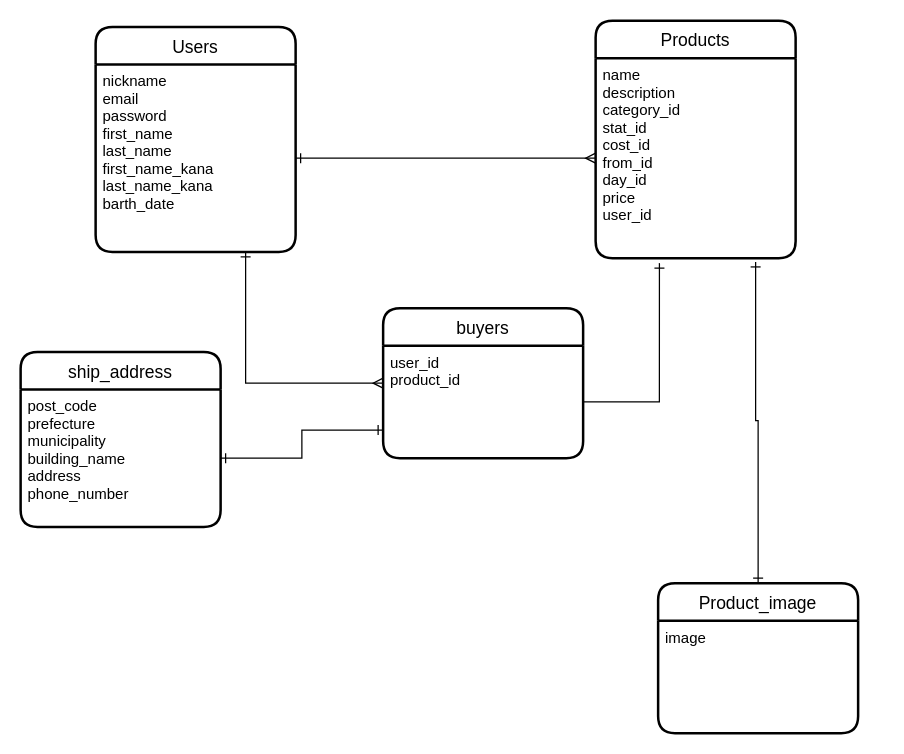
Above: furima.dio in t-willi-28/furima-35545 (draw.io), before the change. Source tidied: cells renumbered, new cells numbered last; positions are measured from the earlier drawing's top-left corner, leaving out a move shared by most shapes. Both pictures are drawn from the tidied source at 125%, with x=0, y=0 at pixel (20, 20).
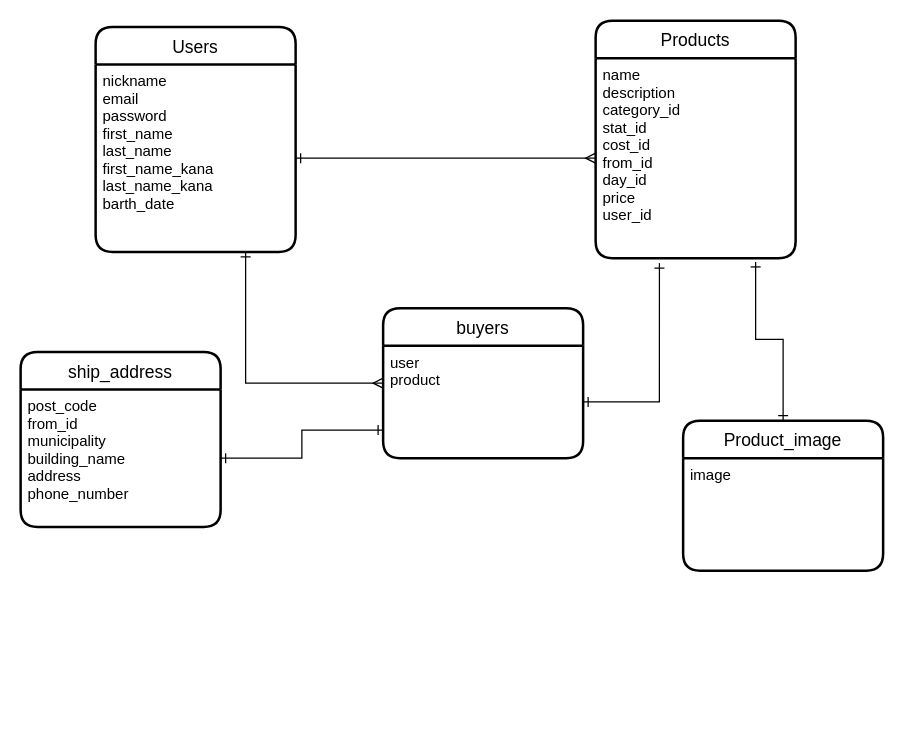
Above is the later version.

Commit message (it also covers changes not shown here):
コメントの修正３

Change to the diagram source:
```diff
@@
 <mxGraphModel>
   <root>
     <mxCell id="0" />
     <mxCell id="1" parent="0" />
     <mxCell id="2" value="Users" style="swimlane;horizontal=1;startSize=30;rounded=1;fontSize=14;fontStyle=0;strokeWidth=2;shadow=0;dashed=0;align=center;" parent="1" vertex="1">
       <mxGeometry x="60" y="5" width="160" height="180" as="geometry" />
     </mxCell>
     <mxCell id="3" value="nickname&#10;email&#10;password&#10;first_name&#10;last_name&#10;first_name_kana&#10;last_name_kana&#10;barth_date" style="align=left;strokeColor=none;fillColor=none;spacingLeft=4;fontSize=12;verticalAlign=top;" parent="2" vertex="1">
       <mxGeometry y="30" width="160" height="150" as="geometry" />
     </mxCell>
     <mxCell id="4" value="Products" style="swimlane;horizontal=1;startSize=30;rounded=1;fontSize=14;fontStyle=0;strokeWidth=2;shadow=0;dashed=0;align=center;" parent="1" vertex="1">
       <mxGeometry x="460" width="160" height="190" as="geometry" />
     </mxCell>
     <mxCell id="5" value="name&#10;description&#10;category_id&#10;stat_id&#10;cost_id&#10;from_id&#10;day_id&#10;price&#10;user_id" style="align=left;strokeColor=none;fillColor=none;spacingLeft=4;fontSize=12;verticalAlign=top;" parent="4" vertex="1">
       <mxGeometry y="30" width="160" height="160" as="geometry" />
     </mxCell>
     <mxCell id="6" value="ship_address" style="swimlane;horizontal=1;startSize=30;rounded=1;fontSize=14;fontStyle=0;strokeWidth=2;shadow=0;dashed=0;align=center;" parent="1" vertex="1">
       <mxGeometry y="265" width="160" height="140" as="geometry" />
     </mxCell>
-    <mxCell id="7" value="post_code&#10;prefecture&#10;municipality&#10;building_name&#10;address&#10;phone_number" style="align=left;strokeColor=none;fillColor=none;spacingLeft=4;fontSize=12;verticalAlign=top;" parent="6" vertex="1">
+    <mxCell id="7" value="post_code&#10;from_id&#10;municipality&#10;building_name&#10;address&#10;phone_number" style="align=left;strokeColor=none;fillColor=none;spacingLeft=4;fontSize=12;verticalAlign=top;" parent="6" vertex="1">
       <mxGeometry y="30" width="160" height="110" as="geometry" />
     </mxCell>
     <mxCell id="8" value="buyers" style="swimlane;horizontal=1;startSize=30;rounded=1;fontSize=14;fontStyle=0;strokeWidth=2;shadow=0;dashed=0;align=center;" parent="1" vertex="1">
       <mxGeometry x="290" y="230" width="160" height="120" as="geometry" />
     </mxCell>
-    <mxCell id="9" value="user_id&#10;product_id" style="align=left;strokeColor=none;fillColor=none;spacingLeft=4;fontSize=12;verticalAlign=top;" parent="8" vertex="1">
+    <mxCell id="9" value="user&#10;product" style="align=left;strokeColor=none;fillColor=none;spacingLeft=4;fontSize=12;verticalAlign=top;" parent="8" vertex="1">
       <mxGeometry y="30" width="160" height="90" as="geometry" />
     </mxCell>
-    <mxCell id="10" style="edgeStyle=orthogonalEdgeStyle;rounded=0;jettySize=auto;html=1;exitX=1;exitY=0.5;exitDx=0;exitDy=0;entryX=0.319;entryY=1.025;entryDx=0;entryDy=0;entryPerimeter=0;endArrow=ERone;endFill=0;" parent="1" edge="1" source="9" target="5">
+    <mxCell id="10" style="edgeStyle=orthogonalEdgeStyle;rounded=0;jettySize=auto;html=1;exitX=1;exitY=0.5;exitDx=0;exitDy=0;entryX=0.319;entryY=1.025;entryDx=0;entryDy=0;entryPerimeter=0;endArrow=ERone;endFill=0;startArrow=ERone;startFill=0;" parent="1" edge="1" source="9" target="5">
       <mxGeometry relative="1" as="geometry" />
     </mxCell>
     <mxCell id="11" value="Product_image" style="swimlane;horizontal=1;startSize=30;rounded=1;fontSize=14;fontStyle=0;strokeWidth=2;shadow=0;dashed=0;align=center;" parent="1" vertex="1">
-      <mxGeometry x="510" y="450" width="160" height="120" as="geometry" />
+      <mxGeometry x="530" y="320" width="160" height="120" as="geometry" />
     </mxCell>
     <mxCell id="12" value="image" style="align=left;strokeColor=none;fillColor=none;spacingLeft=4;fontSize=12;verticalAlign=top;" parent="11" vertex="1">
       <mxGeometry y="30" width="160" height="90" as="geometry" />
     </mxCell>
     <mxCell id="13" style="edgeStyle=orthogonalEdgeStyle;rounded=0;jettySize=auto;html=1;exitX=0.5;exitY=0;exitDx=0;exitDy=0;entryX=0.8;entryY=1.019;entryDx=0;entryDy=0;entryPerimeter=0;sourcePerimeterSpacing=0;endArrow=ERone;endFill=0;endSize=6;startSize=6;startArrow=ERone;startFill=0;" parent="1" edge="1" source="11" target="5">
       <mxGeometry relative="1" as="geometry" />
     </mxCell>
     <mxCell id="14" style="edgeStyle=orthogonalEdgeStyle;rounded=0;jettySize=auto;html=1;exitX=1;exitY=0.5;exitDx=0;exitDy=0;entryX=0;entryY=0.5;entryDx=0;entryDy=0;startArrow=ERone;startFill=0;startSize=6;sourcePerimeterSpacing=0;endArrow=ERmany;endFill=0;endSize=6;" parent="1" edge="1" source="3" target="5">
       <mxGeometry relative="1" as="geometry" />
     </mxCell>
     <mxCell id="15" style="edgeStyle=orthogonalEdgeStyle;rounded=0;jettySize=auto;html=1;exitX=0.75;exitY=1;exitDx=0;exitDy=0;entryX=0;entryY=0.5;entryDx=0;entryDy=0;startArrow=ERone;startFill=0;startSize=6;sourcePerimeterSpacing=0;endArrow=ERmany;endFill=0;endSize=6;" parent="1" edge="1" source="3" target="8">
       <mxGeometry relative="1" as="geometry" />
     </mxCell>
     <mxCell id="16" style="edgeStyle=orthogonalEdgeStyle;rounded=0;jettySize=auto;html=1;exitX=1;exitY=0.5;exitDx=0;exitDy=0;entryX=0;entryY=0.75;entryDx=0;entryDy=0;startArrow=ERone;startFill=0;endArrow=ERone;endFill=0;" parent="1" edge="1" source="7" target="9">
       <mxGeometry relative="1" as="geometry" />
     </mxCell>
   </root>
 </mxGraphModel>
```
